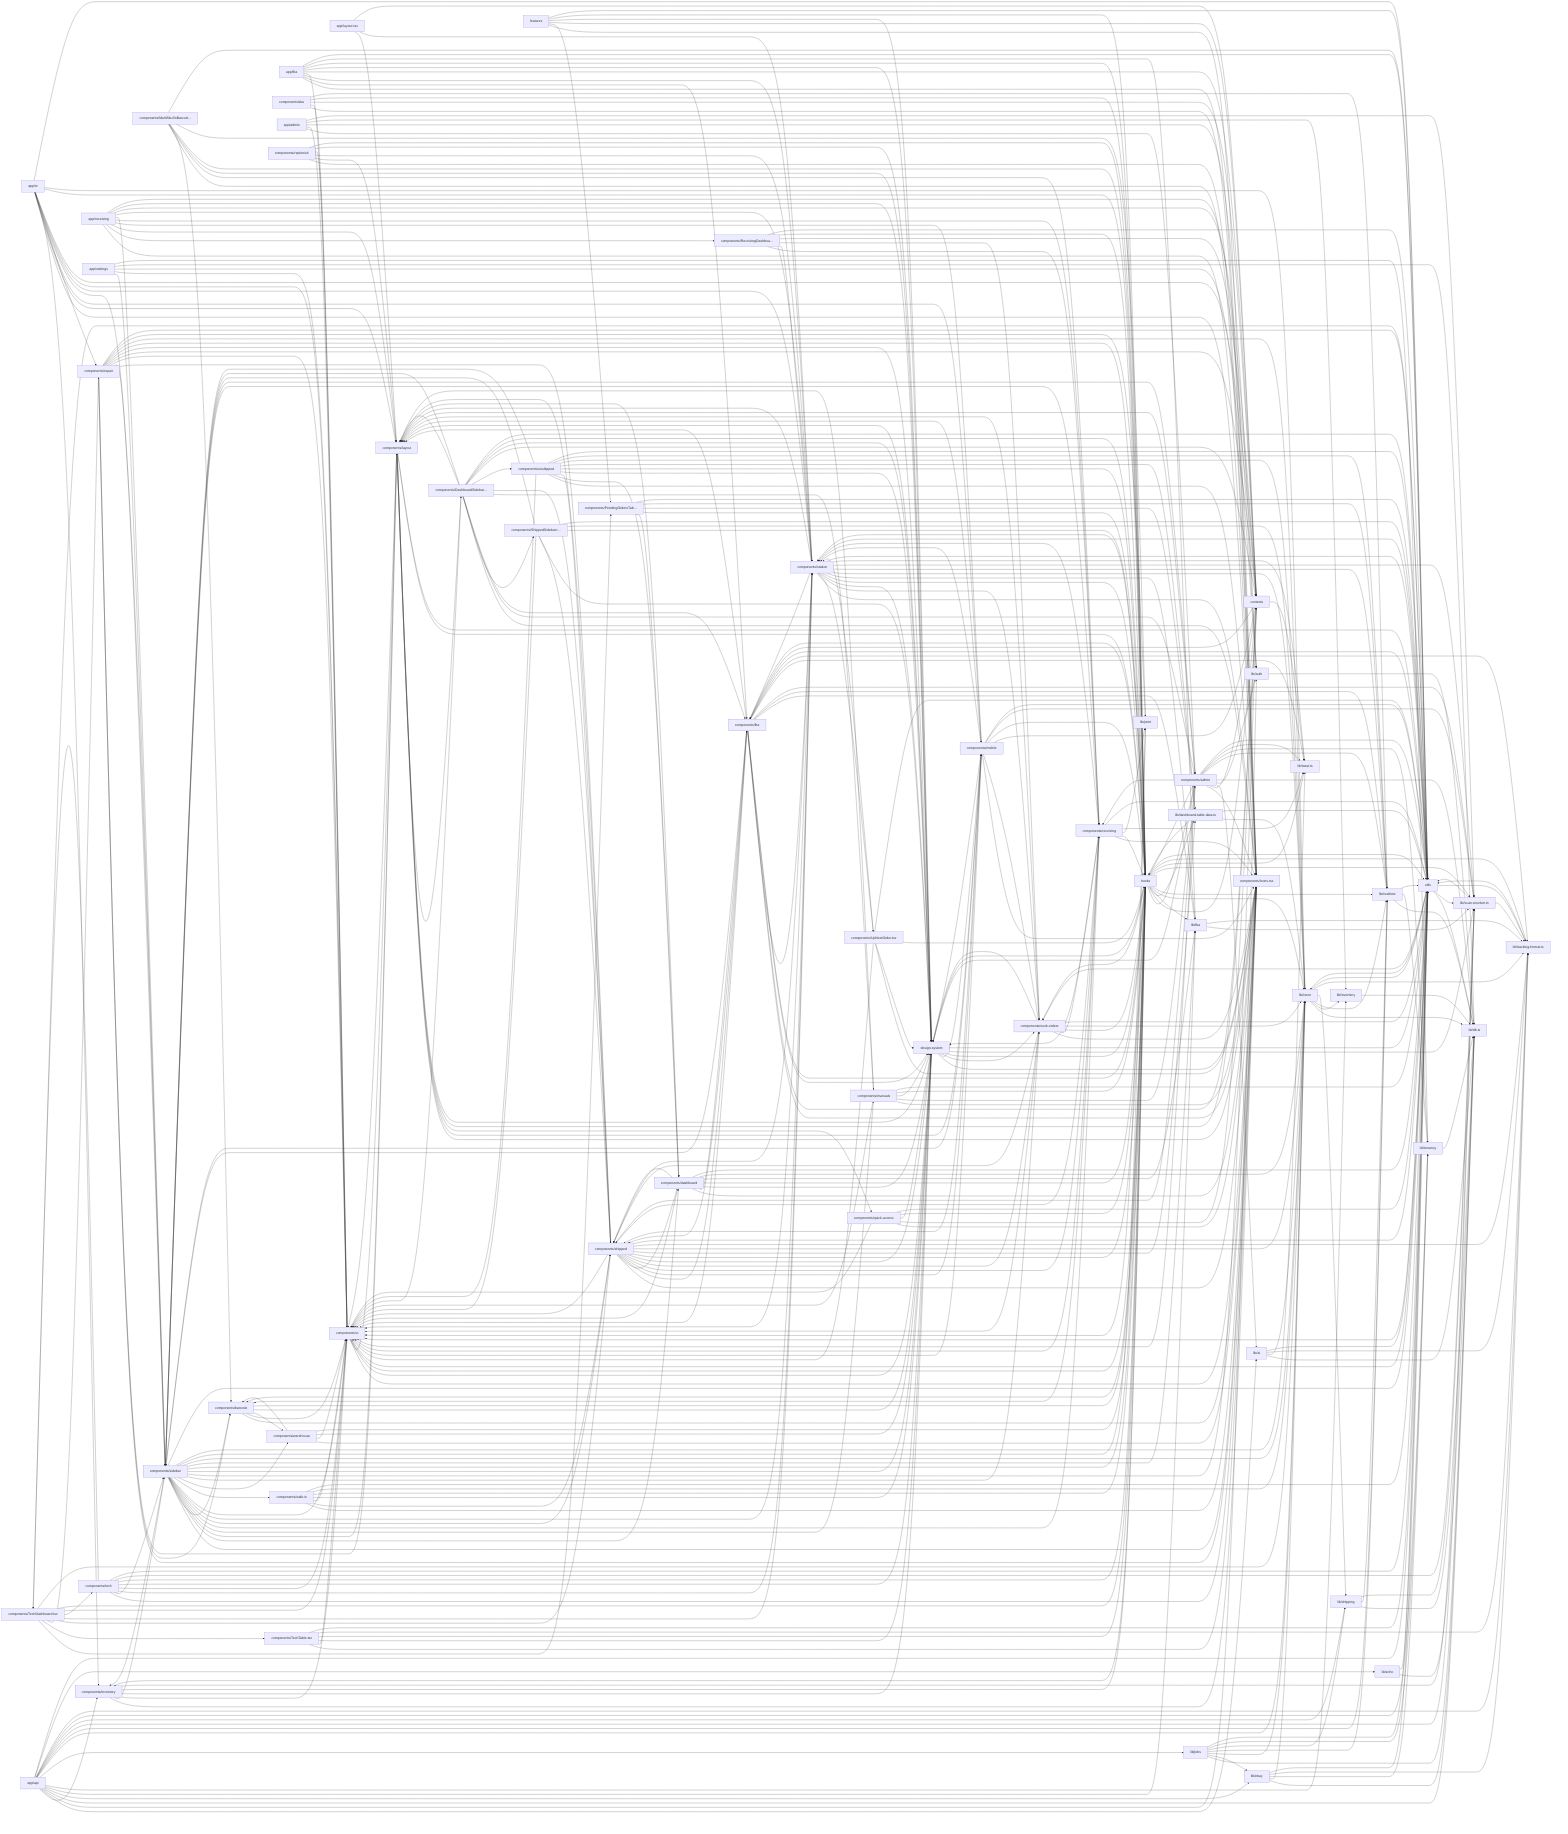
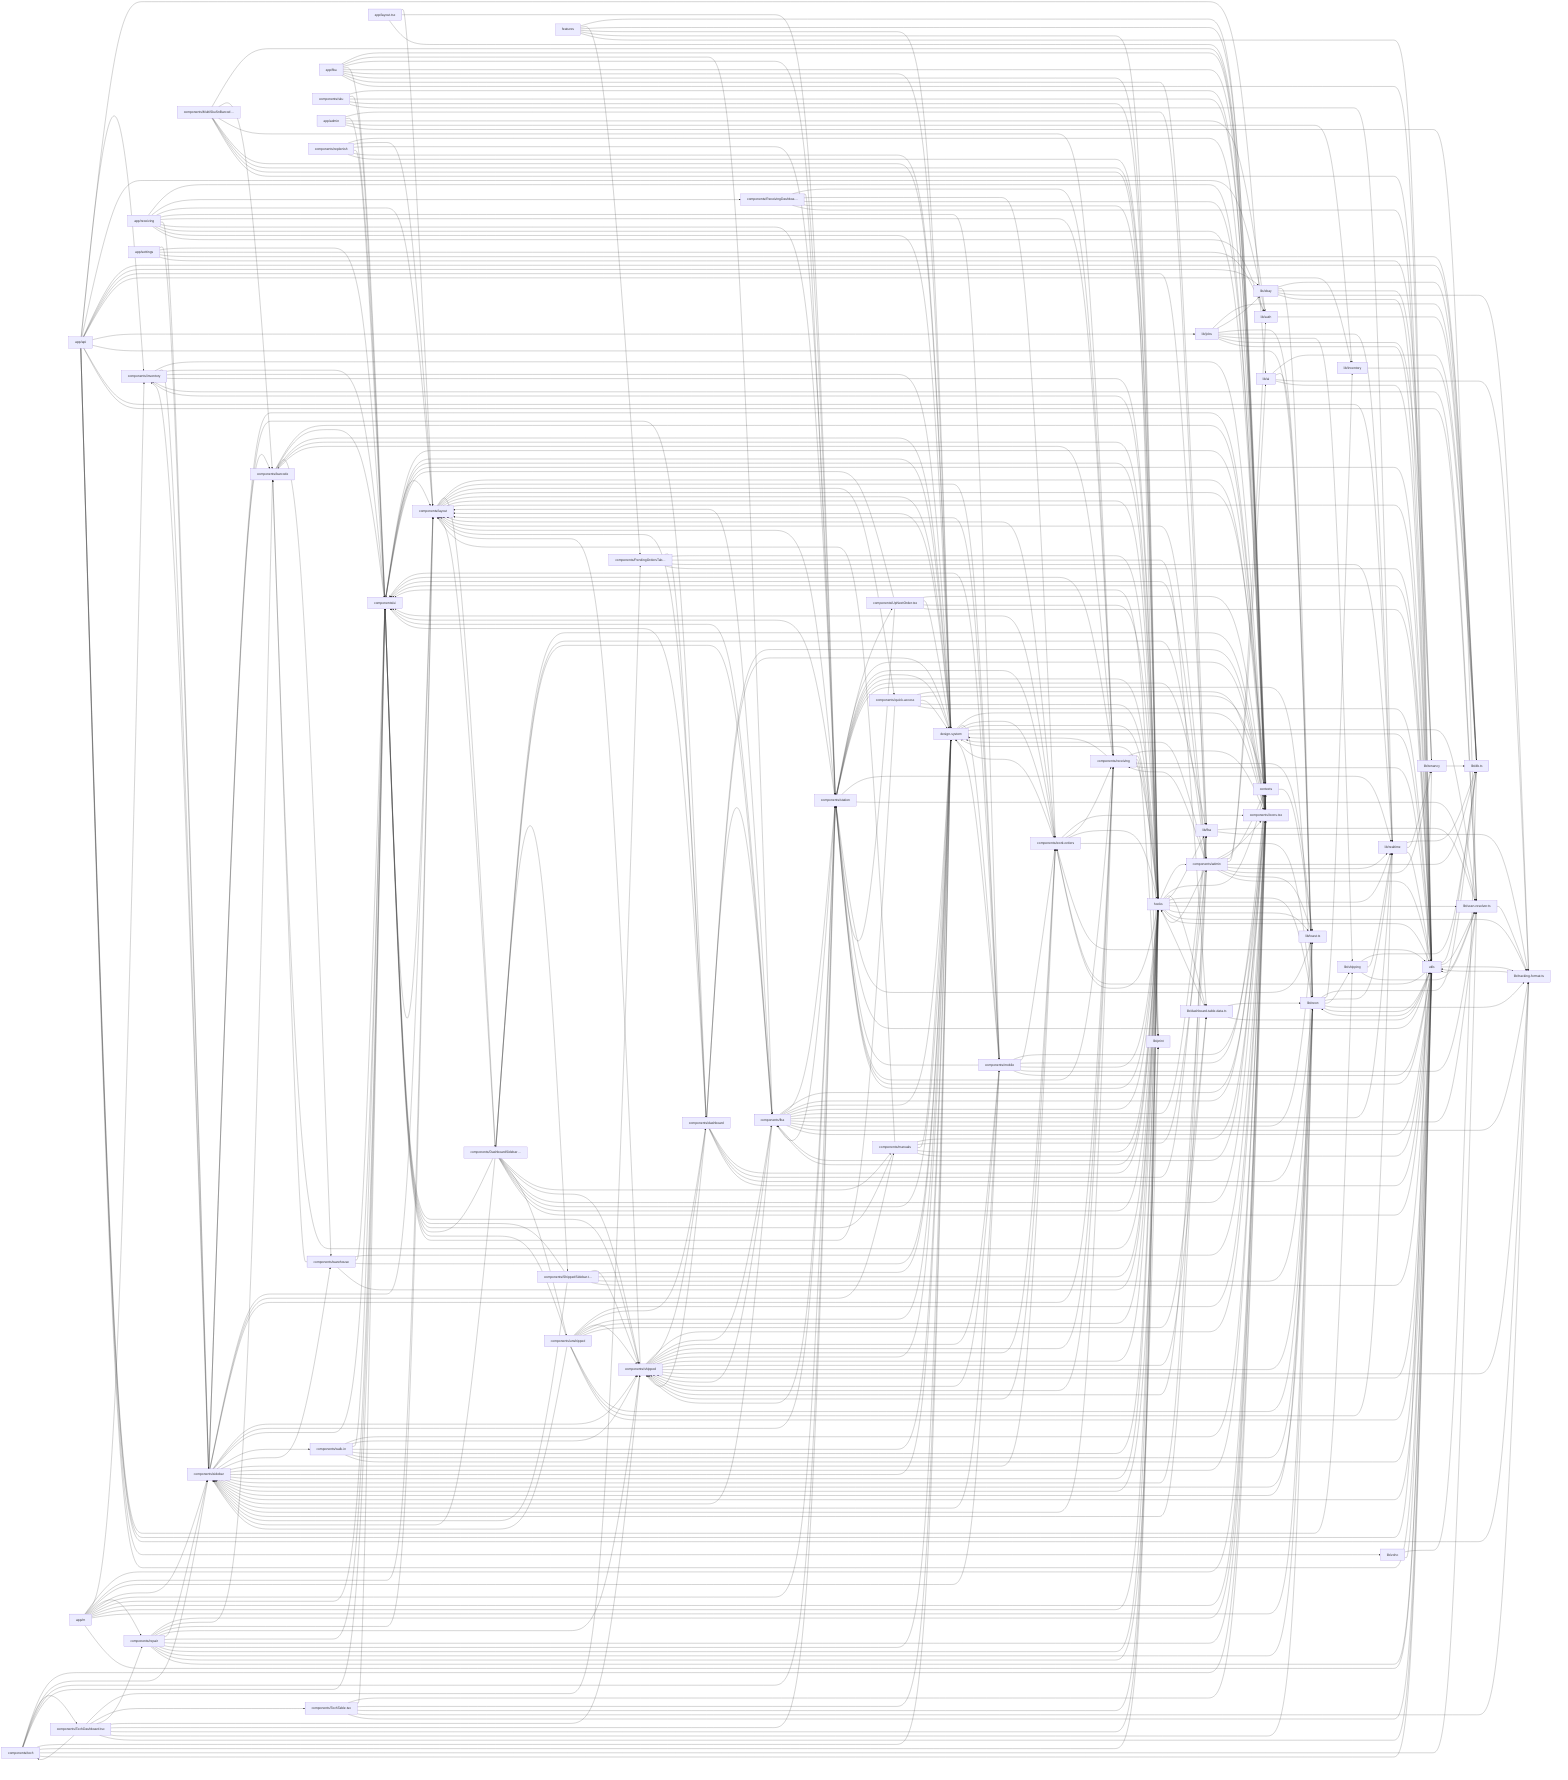
flowchart LR
  app_api["app/api"]
  click app_api "src/app/api/scan-tracking/route.ts" "Open src/app/api/scan-tracking/route.ts"
  hooks["hooks"]
  click hooks "src/hooks/_lifecycle.ts" "Open src/hooks/_lifecycle.ts"
  utils["utils"]
  click utils "src/utils/receiving-search-history.ts" "Open src/utils/receiving-search-history.ts"
  design_system["design-system"]
  click design_system "src/design-system/index.ts" "Open src/design-system/index.ts"
  components_Icons_tsx["components/Icons.tsx"]
  click components_Icons_tsx "src/components/Icons.tsx" "Open src/components/Icons.tsx"
  components_ui["components/ui"]
  click components_ui "src/components/ui/DeleteButton.tsx" "Open src/components/ui/DeleteButton.tsx"
  components_sidebar["components/sidebar"]
  click components_sidebar "src/components/sidebar/DeviceModeToggle.tsx" "Open src/components/sidebar/DeviceModeToggle.tsx"
  lib_db_ts["lib/db.ts"]
  click lib_db_ts "src/lib/db.ts" "Open src/lib/db.ts"
  components_layout["components/layout"]
  click components_layout "src/components/layout/OfflineBanner.tsx" "Open src/components/layout/OfflineBanner.tsx"
  components_shipped["components/shipped"]
  click components_shipped "src/components/shipped/DateGroupHeader.tsx" "Open src/components/shipped/DateGroupHeader.tsx"
  components_station["components/station"]
  click components_station "src/components/station/BarcodeScanner.tsx" "Open src/components/station/BarcodeScanner.tsx"
  lib_neon["lib/neon"]
  click lib_neon "src/lib/neon/serial-units-queries.ts" "Open src/lib/neon/serial-units-queries.ts"
  contexts["contexts"]
  click contexts "src/contexts/HeaderContext.tsx" "Open src/contexts/HeaderContext.tsx"
  components_admin["components/admin"]
  click components_admin "src/components/admin/AccessSidebarPanel.tsx" "Open src/components/admin/AccessSidebarPanel.tsx"
  components_receiving["components/receiving"]
  click components_receiving "src/components/receiving/Mode2Unboxing.tsx" "Open src/components/receiving/Mode2Unboxing.tsx"
  components_fba["components/fba"]
  click components_fba "src/components/fba/FbaShippedTable.tsx" "Open src/components/fba/FbaShippedTable.tsx"
  components_mobile["components/mobile"]
  click components_mobile "src/components/mobile/ScanSurface.tsx" "Open src/components/mobile/ScanSurface.tsx"
  components_work_orders["components/work-orders"]
  click components_work_orders "src/components/work-orders/WorkOrderInfoStrip.tsx" "Open src/components/work-orders/WorkOrderInfoStrip.tsx"
  lib_realtime["lib/realtime"]
  click lib_realtime "src/lib/realtime/db-events.ts" "Open src/lib/realtime/db-events.ts"
  components_repair["components/repair"]
  click components_repair "src/components/repair/SignaturePad.tsx" "Open src/components/repair/SignaturePad.tsx"
  components_DashboardSidebar_tsx["components/DashboardSidebar…"]
  click components_DashboardSidebar_tsx "src/components/DashboardSidebar.tsx" "Open src/components/DashboardSidebar.tsx"
  components_dashboard["components/dashboard"]
  click components_dashboard "src/components/dashboard/StockZohoOrdersTable.tsx" "Open src/components/dashboard/StockZohoOrdersTable.tsx"
  components_barcode["components/barcode"]
  click components_barcode "src/components/barcode/SkuInput.tsx" "Open src/components/barcode/SkuInput.tsx"
  lib_scan_resolver_ts["lib/scan-resolver.ts"]
  click lib_scan_resolver_ts "src/lib/scan-resolver.ts" "Open src/lib/scan-resolver.ts"
  lib_tracking_format_ts["lib/tracking-format.ts"]
  click lib_tracking_format_ts "src/lib/tracking-format.ts" "Open src/lib/tracking-format.ts"
  lib_auth["lib/auth"]
  click lib_auth "src/lib/auth/permission-registry.ts" "Open src/lib/auth/permission-registry.ts"
  lib_jobs["lib/jobs"]
  click lib_jobs "src/lib/jobs/ebay-sync.ts" "Open src/lib/jobs/ebay-sync.ts"
  app_m["app/m"]
  click app_m "src/app/m/layout.tsx" "Open src/app/m/layout.tsx"
-   components_TechDashboard_tsx["components/TechDashboard.tsx"]
-   click components_TechDashboard_tsx "src/components/TechDashboard.tsx" "Open src/components/TechDashboard.tsx"
  components_unshipped["components/unshipped"]
  click components_unshipped "src/components/unshipped/UnshippedTable.tsx" "Open src/components/unshipped/UnshippedTable.tsx"
  components_inventory["components/inventory"]
  click components_inventory "src/components/inventory/InventoryShell.tsx" "Open src/components/inventory/InventoryShell.tsx"
  components_manuals["components/manuals"]
  click components_manuals "src/components/manuals/ManualsLibrarySidebar.tsx" "Open src/components/manuals/ManualsLibrarySidebar.tsx"
  components_tech["components/tech"]
  click components_tech "src/components/tech/UpNextActionDock.tsx" "Open src/components/tech/UpNextActionDock.tsx"
  app_receiving["app/receiving"]
  click app_receiving "src/app/receiving/page.tsx" "Open src/app/receiving/page.tsx"
+   components_TechDashboard_tsx["components/TechDashboard.tsx"]
+   click components_TechDashboard_tsx "src/components/TechDashboard.tsx" "Open src/components/TechDashboard.tsx"
  components_walk_in["components/walk-in"]
  click components_walk_in "src/components/walk-in/SalesDetailsPanel.tsx" "Open src/components/walk-in/SalesDetailsPanel.tsx"
  lib_tenancy["lib/tenancy"]
  click lib_tenancy "src/lib/tenancy/db.test.ts" "Open src/lib/tenancy/db.test.ts"
  components_warehouse["components/warehouse"]
  click components_warehouse "src/components/warehouse/roomFinderContext.tsx" "Open src/components/warehouse/roomFinderContext.tsx"
  lib_fba["lib/fba"]
  click lib_fba "src/lib/fba/board-item.ts" "Open src/lib/fba/board-item.ts"
  app_fba["app/fba"]
  click app_fba "src/app/fba/page.tsx" "Open src/app/fba/page.tsx"
  components_quick_access["components/quick-access"]
  click components_quick_access "src/components/quick-access/RecentSection.tsx" "Open src/components/quick-access/RecentSection.tsx"
  components_sku["components/sku"]
  click components_sku "src/components/sku/BinRowDetailsSheet.tsx" "Open src/components/sku/BinRowDetailsSheet.tsx"
  lib_ebay["lib/ebay"]
  click lib_ebay "src/lib/ebay/token-refresh.ts" "Open src/lib/ebay/token-refresh.ts"
  lib_print["lib/print"]
  click lib_print "src/lib/print/printRepairLabel.ts" "Open src/lib/print/printRepairLabel.ts"
  lib_ai["lib/ai"]
  click lib_ai "src/lib/ai/date-range.test.ts" "Open src/lib/ai/date-range.test.ts"
  app_layout_tsx["app/layout.tsx"]
  click app_layout_tsx "src/app/layout.tsx" "Open src/app/layout.tsx"
  components_PendingOrdersTable_tsx["components/PendingOrdersTab…"]
  click components_PendingOrdersTable_tsx "src/components/PendingOrdersTable.tsx" "Open src/components/PendingOrdersTable.tsx"
  components_ShippedSidebar_tsx["components/ShippedSidebar.t…"]
  click components_ShippedSidebar_tsx "src/components/ShippedSidebar.tsx" "Open src/components/ShippedSidebar.tsx"
  lib_dashboard_table_data_ts["lib/dashboard-table-data.ts"]
  click lib_dashboard_table_data_ts "src/lib/dashboard-table-data.ts" "Open src/lib/dashboard-table-data.ts"
  lib_toast_ts["lib/toast.ts"]
  click lib_toast_ts "src/lib/toast.ts" "Open src/lib/toast.ts"
  lib_zoho["lib/zoho"]
  click lib_zoho "src/lib/zoho/mock.ts" "Open src/lib/zoho/mock.ts"
  lib_shipping["lib/shipping"]
  click lib_shipping "src/lib/shipping/repository.ts" "Open src/lib/shipping/repository.ts"
  lib_inventory["lib/inventory"]
  click lib_inventory "src/lib/inventory/internal-gtin.ts" "Open src/lib/inventory/internal-gtin.ts"
  app_settings["app/settings"]
  click app_settings "src/app/settings/page.tsx" "Open src/app/settings/page.tsx"
  app_admin["app/admin"]
  click app_admin "src/app/admin/page.tsx" "Open src/app/admin/page.tsx"
  features["features"]
  click features "src/features/operations/operations-data-sources.ts" "Open src/features/operations/operations-data-sources.ts"
  components_MultiSkuSnBarcode_tsx["components/MultiSkuSnBarcod…"]
  click components_MultiSkuSnBarcode_tsx "src/components/MultiSkuSnBarcode.tsx" "Open src/components/MultiSkuSnBarcode.tsx"
  components_UpNextOrder_tsx["components/UpNextOrder.tsx"]
  click components_UpNextOrder_tsx "src/components/UpNextOrder.tsx" "Open src/components/UpNextOrder.tsx"
  components_TechTable_tsx["components/TechTable.tsx"]
  click components_TechTable_tsx "src/components/TechTable.tsx" "Open src/components/TechTable.tsx"
  components_ReceivingDashboard_tsx["components/ReceivingDashboa…"]
  click components_ReceivingDashboard_tsx "src/components/ReceivingDashboard.tsx" "Open src/components/ReceivingDashboard.tsx"
  components_replenish["components/replenish"]
  click components_replenish "src/components/replenish/ReplenishmentReceivingTab.tsx" "Open src/components/replenish/ReplenishmentReceivingTab.tsx"
  app_admin --> components_admin
  app_admin --> components_ui
  app_admin --> lib_auth
  app_admin --> lib_inventory
  app_admin --> lib_scan_resolver_ts
  app_api --> components_inventory
  app_api --> lib_ai
  app_api --> lib_auth
  app_api --> lib_db_ts
  app_api --> lib_ebay
  app_api --> lib_fba
  app_api --> lib_inventory
  app_api --> lib_jobs
  app_api --> lib_neon
  app_api --> lib_realtime
  app_api --> lib_scan_resolver_ts
  app_api --> lib_shipping
  app_api --> lib_tenancy
  app_api --> lib_tracking_format_ts
  app_api --> lib_zoho
  app_api --> utils
  app_fba --> components_Icons_tsx
  app_fba --> components_fba
  app_fba --> components_station
  app_fba --> components_ui
  app_fba --> contexts
  app_fba --> design_system
  app_fba --> hooks
  app_fba --> lib_fba
  app_fba --> utils
  app_layout_tsx --> components_layout
  app_layout_tsx --> components_station
  app_layout_tsx --> contexts
  app_m --> components_Icons_tsx
  app_m --> components_inventory
  app_m --> components_layout
  app_m --> components_mobile
  app_m --> components_repair
  app_m --> components_sidebar
  app_m --> components_station
  app_m --> components_ui
  app_m --> contexts
  app_m --> hooks
  app_m --> lib_neon
  app_m --> utils
  app_receiving --> components_Icons_tsx
  app_receiving --> components_ReceivingDashboard_tsx
  app_receiving --> components_layout
  app_receiving --> components_mobile
  app_receiving --> components_receiving
  app_receiving --> components_sidebar
  app_receiving --> components_station
  app_receiving --> contexts
  app_receiving --> design_system
  app_receiving --> lib_auth
  app_settings --> components_sidebar
  app_settings --> components_ui
  app_settings --> lib_auth
  app_settings --> lib_db_ts
  app_settings --> lib_tenancy
  components_DashboardSidebar_tsx --> components_Icons_tsx
  components_DashboardSidebar_tsx --> components_ShippedSidebar_tsx
  components_DashboardSidebar_tsx --> components_admin
  components_DashboardSidebar_tsx --> components_fba
  components_DashboardSidebar_tsx --> components_layout
  components_DashboardSidebar_tsx --> components_manuals
  components_DashboardSidebar_tsx --> components_shipped
  components_DashboardSidebar_tsx --> components_sidebar
  components_DashboardSidebar_tsx --> components_ui
  components_DashboardSidebar_tsx --> components_unshipped
  components_DashboardSidebar_tsx --> contexts
  components_DashboardSidebar_tsx --> design_system
  components_DashboardSidebar_tsx --> hooks
  components_DashboardSidebar_tsx --> utils
  components_MultiSkuSnBarcode_tsx --> components_Icons_tsx
  components_MultiSkuSnBarcode_tsx --> components_barcode
  components_MultiSkuSnBarcode_tsx --> components_receiving
  components_MultiSkuSnBarcode_tsx --> design_system
  components_MultiSkuSnBarcode_tsx --> hooks
  components_MultiSkuSnBarcode_tsx --> lib_print
  components_MultiSkuSnBarcode_tsx --> utils
  components_PendingOrdersTable_tsx --> components_dashboard
  components_PendingOrdersTable_tsx --> hooks
  components_PendingOrdersTable_tsx --> lib_dashboard_table_data_ts
  components_PendingOrdersTable_tsx --> lib_realtime
  components_PendingOrdersTable_tsx --> utils
  components_ReceivingDashboard_tsx --> components_receiving
  components_ReceivingDashboard_tsx --> components_station
  components_ReceivingDashboard_tsx --> components_work_orders
  components_ReceivingDashboard_tsx --> contexts
  components_ReceivingDashboard_tsx --> hooks
  components_ReceivingDashboard_tsx --> utils
  components_ShippedSidebar_tsx --> components_shipped
  components_ShippedSidebar_tsx --> components_sidebar
  components_ShippedSidebar_tsx --> components_ui
  components_ShippedSidebar_tsx --> design_system
  components_ShippedSidebar_tsx --> hooks
  components_ShippedSidebar_tsx --> lib_neon
  components_ShippedSidebar_tsx --> utils
  components_TechDashboard_tsx --> components_PendingOrdersTable_tsx
  components_TechDashboard_tsx --> components_TechTable_tsx
  components_TechDashboard_tsx --> components_repair
  components_TechDashboard_tsx --> components_shipped
  components_TechDashboard_tsx --> components_station
  components_TechDashboard_tsx --> components_tech
-   components_TechDashboard_tsx --> components_ui
  components_TechDashboard_tsx --> hooks
  components_TechDashboard_tsx --> lib_neon
  components_TechDashboard_tsx --> utils
  components_TechTable_tsx --> components_Icons_tsx
  components_TechTable_tsx --> components_ui
  components_TechTable_tsx --> design_system
  components_TechTable_tsx --> hooks
  components_TechTable_tsx --> lib_tracking_format_ts
  components_TechTable_tsx --> utils
  components_UpNextOrder_tsx --> components_Icons_tsx
  components_UpNextOrder_tsx --> components_station
  components_UpNextOrder_tsx --> components_ui
  components_UpNextOrder_tsx --> design_system
  components_UpNextOrder_tsx --> hooks
  components_UpNextOrder_tsx --> utils
  components_admin --> components_Icons_tsx
  components_admin --> components_layout
  components_admin --> components_receiving
  components_admin --> components_shipped
  components_admin --> components_sidebar
  components_admin --> components_ui
  components_admin --> contexts
  components_admin --> design_system
  components_admin --> hooks
  components_admin --> lib_ai
  components_admin --> lib_auth
  components_admin --> lib_db_ts
  components_admin --> lib_realtime
  components_admin --> lib_tenancy
  components_admin --> lib_toast_ts
  components_admin --> utils
  components_barcode --> components_Icons_tsx
  components_barcode --> components_ui
  components_barcode --> components_warehouse
  components_barcode --> design_system
  components_barcode --> hooks
  components_dashboard --> components_Icons_tsx
  components_dashboard --> components_fba
  components_dashboard --> components_layout
  components_dashboard --> components_shipped
  components_dashboard --> components_ui
  components_dashboard --> design_system
  components_dashboard --> hooks
  components_dashboard --> lib_fba
  components_dashboard --> lib_neon
  components_dashboard --> utils
  components_fba --> components_Icons_tsx
  components_fba --> components_layout
  components_fba --> components_shipped
  components_fba --> components_sidebar
  components_fba --> components_station
  components_fba --> components_ui
  components_fba --> contexts
  components_fba --> design_system
  components_fba --> hooks
  components_fba --> lib_fba
  components_fba --> lib_realtime
  components_fba --> lib_scan_resolver_ts
  components_fba --> lib_toast_ts
  components_fba --> lib_tracking_format_ts
  components_fba --> utils
  components_inventory --> components_Icons_tsx
  components_inventory --> components_sidebar
  components_inventory --> components_ui
  components_inventory --> design_system
  components_inventory --> hooks
  components_inventory --> lib_scan_resolver_ts
  components_layout --> components_DashboardSidebar_tsx
  components_layout --> components_Icons_tsx
  components_layout --> components_mobile
  components_layout --> components_quick_access
  components_layout --> components_ui
  components_layout --> contexts
  components_layout --> design_system
  components_layout --> hooks
  components_layout --> utils
  components_manuals --> components_Icons_tsx
  components_manuals --> components_admin
  components_manuals --> components_layout
  components_manuals --> components_ui
  components_manuals --> design_system
  components_manuals --> hooks
  components_manuals --> utils
  components_mobile --> components_Icons_tsx
  components_mobile --> components_layout
  components_mobile --> components_shipped
  components_mobile --> components_sidebar
  components_mobile --> components_station
  components_mobile --> components_ui
  components_mobile --> components_work_orders
  components_mobile --> contexts
  components_mobile --> design_system
  components_mobile --> hooks
  components_mobile --> lib_scan_resolver_ts
  components_mobile --> utils
  components_quick_access --> components_Icons_tsx
  components_quick_access --> components_ui
  components_quick_access --> contexts
  components_quick_access --> design_system
  components_quick_access --> hooks
  components_quick_access --> utils
  components_receiving --> components_Icons_tsx
  components_receiving --> components_barcode
  components_receiving --> components_shipped
  components_receiving --> components_sidebar
  components_receiving --> components_station
  components_receiving --> components_ui
  components_receiving --> design_system
  components_receiving --> hooks
  components_receiving --> lib_print
  components_receiving --> lib_toast_ts
  components_receiving --> utils
  components_repair --> components_Icons_tsx
  components_repair --> components_barcode
  components_repair --> components_layout
  components_repair --> components_shipped
  components_repair --> components_sidebar
  components_repair --> components_ui
  components_repair --> contexts
  components_repair --> design_system
  components_repair --> hooks
  components_repair --> lib_neon
  components_repair --> lib_print
  components_repair --> utils
  components_replenish --> components_Icons_tsx
  components_replenish --> components_layout
  components_replenish --> components_station
  components_replenish --> components_ui
  components_replenish --> design_system
  components_replenish --> hooks
  components_shipped --> components_Icons_tsx
  components_shipped --> components_dashboard
  components_shipped --> components_fba
  components_shipped --> components_layout
  components_shipped --> components_mobile
  components_shipped --> components_receiving
  components_shipped --> components_ui
  components_shipped --> components_work_orders
  components_shipped --> design_system
  components_shipped --> hooks
  components_shipped --> lib_dashboard_table_data_ts
  components_shipped --> lib_neon
  components_shipped --> lib_tracking_format_ts
  components_shipped --> utils
  components_sidebar --> components_Icons_tsx
  components_sidebar --> components_barcode
  components_sidebar --> components_dashboard
  components_sidebar --> components_inventory
  components_sidebar --> components_layout
  components_sidebar --> components_manuals
  components_sidebar --> components_receiving
  components_sidebar --> components_shipped
  components_sidebar --> components_station
  components_sidebar --> components_ui
  components_sidebar --> components_walk_in
  components_sidebar --> components_warehouse
  components_sidebar --> components_work_orders
  components_sidebar --> contexts
  components_sidebar --> design_system
  components_sidebar --> hooks
  components_sidebar --> lib_fba
  components_sidebar --> lib_neon
  components_sidebar --> lib_print
  components_sidebar --> lib_toast_ts
  components_sidebar --> utils
  components_sku --> components_Icons_tsx
  components_sku --> components_ui
  components_sku --> contexts
  components_sku --> hooks
  components_sku --> lib_realtime
  components_station --> components_Icons_tsx
  components_station --> components_UpNextOrder_tsx
  components_station --> components_fba
  components_station --> components_layout
  components_station --> components_shipped
  components_station --> components_ui
  components_station --> components_work_orders
  components_station --> design_system
  components_station --> hooks
  components_station --> lib_fba
  components_station --> lib_neon
  components_station --> lib_realtime
  components_station --> lib_scan_resolver_ts
  components_station --> lib_toast_ts
  components_station --> utils
  components_tech --> components_Icons_tsx
  components_tech --> components_TechDashboard_tsx
  components_tech --> components_sidebar
  components_tech --> components_station
  components_tech --> components_ui
  components_tech --> design_system
  components_tech --> hooks
  components_tech --> lib_scan_resolver_ts
  components_tech --> utils
  components_ui --> components_Icons_tsx
  components_ui --> components_layout
  components_ui --> design_system
  components_ui --> hooks
  components_ui --> utils
  components_unshipped --> components_Icons_tsx
  components_unshipped --> components_dashboard
  components_unshipped --> components_shipped
  components_unshipped --> components_sidebar
  components_unshipped --> components_ui
  components_unshipped --> design_system
  components_unshipped --> hooks
  components_unshipped --> lib_dashboard_table_data_ts
  components_unshipped --> lib_neon
  components_unshipped --> lib_realtime
  components_unshipped --> utils
  components_walk_in --> components_Icons_tsx
  components_walk_in --> components_shipped
  components_walk_in --> components_ui
  components_walk_in --> design_system
  components_walk_in --> hooks
  components_walk_in --> lib_neon
  components_walk_in --> utils
  components_warehouse --> components_Icons_tsx
  components_warehouse --> components_barcode
  components_warehouse --> components_ui
  components_warehouse --> design_system
  components_warehouse --> hooks
  components_work_orders --> components_Icons_tsx
  components_work_orders --> components_layout
  components_work_orders --> components_receiving
  components_work_orders --> components_shipped
  components_work_orders --> components_ui
  components_work_orders --> design_system
  components_work_orders --> hooks
  components_work_orders --> lib_neon
  components_work_orders --> utils
  contexts --> components_fba
  contexts --> lib_toast_ts
  design_system --> components_Icons_tsx
  design_system --> components_layout
  design_system --> components_mobile
  design_system --> components_work_orders
  design_system --> hooks
  design_system --> lib_scan_resolver_ts
  design_system --> utils
  features --> components_Icons_tsx
  features --> components_PendingOrdersTable_tsx
  features --> contexts
  features --> design_system
  features --> hooks
  features --> utils
  hooks --> components_admin
  hooks --> components_barcode
  hooks --> components_fba
  hooks --> components_inventory
  hooks --> components_station
  hooks --> components_work_orders
  hooks --> contexts
  hooks --> design_system
  hooks --> lib_dashboard_table_data_ts
  hooks --> lib_fba
  hooks --> lib_neon
  hooks --> lib_realtime
  hooks --> lib_scan_resolver_ts
  hooks --> lib_toast_ts
  hooks --> lib_tracking_format_ts
  hooks --> utils
  lib_ai --> lib_db_ts
  lib_ai --> lib_neon
  lib_ai --> lib_tracking_format_ts
  lib_ai --> utils
  lib_auth --> lib_db_ts
  lib_dashboard_table_data_ts --> hooks
  lib_dashboard_table_data_ts --> lib_neon
  lib_dashboard_table_data_ts --> utils
  lib_ebay --> lib_db_ts
  lib_ebay --> lib_neon
  lib_ebay --> lib_tenancy
  lib_ebay --> lib_tracking_format_ts
  lib_ebay --> utils
  lib_fba --> lib_scan_resolver_ts
  lib_fba --> lib_tracking_format_ts
  lib_inventory --> lib_db_ts
  lib_jobs --> lib_db_ts
  lib_jobs --> lib_ebay
  lib_jobs --> lib_neon
  lib_jobs --> lib_realtime
  lib_jobs --> lib_shipping
  lib_jobs --> lib_tenancy
  lib_jobs --> utils
  lib_neon --> lib_db_ts
  lib_neon --> lib_inventory
  lib_neon --> lib_realtime
  lib_neon --> lib_shipping
  lib_neon --> lib_tracking_format_ts
  lib_neon --> utils
  lib_print --> components_ui
  lib_realtime --> lib_db_ts
  lib_realtime --> lib_tenancy
  lib_realtime --> utils
  lib_scan_resolver_ts --> lib_tracking_format_ts
  lib_scan_resolver_ts --> utils
  lib_shipping --> lib_db_ts
  lib_shipping --> lib_realtime
  lib_shipping --> lib_scan_resolver_ts
  lib_tenancy --> lib_db_ts
  lib_tracking_format_ts --> utils
  lib_zoho --> lib_db_ts
  lib_zoho --> utils
  utils --> components_station
  utils --> components_ui
  utils --> components_work_orders
  utils --> lib_db_ts
  utils --> lib_neon
  utils --> lib_scan_resolver_ts
  utils --> lib_tracking_format_ts
  %% truncated: 164 more groups not shown